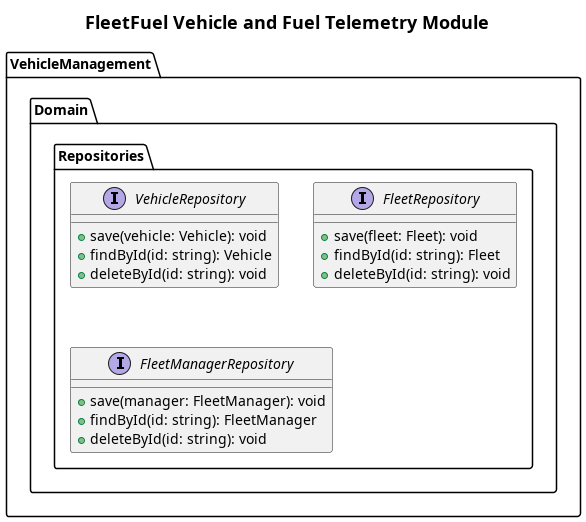
The PlantUML diagram Docs/Repositories.png in mirukibs/FleetFuel, before a commit. Source of this version:
```plantuml
@startuml
skinparam handwritten false
skinparam titleFontSize 18
title FleetFuel Vehicle and Fuel Telemetry Module

Package VehicleManagement {
   Package Domain {


      Package Repositories {
         Interface VehicleRepository {
            + save(vehicle: Vehicle): void
            + findById(id: string): Vehicle
            + deleteById(id: string): void
         }

         Interface FleetRepository {
            + save(fleet: Fleet): void
            + findById(id: string): Fleet
            + deleteById(id: string): void
         }

         Interface FleetManagerRepository {
            + save(manager: FleetManager): void
            + findById(id: string): FleetManager
            + deleteById(id: string): void
         }
      }
   }
}
@enduml
```
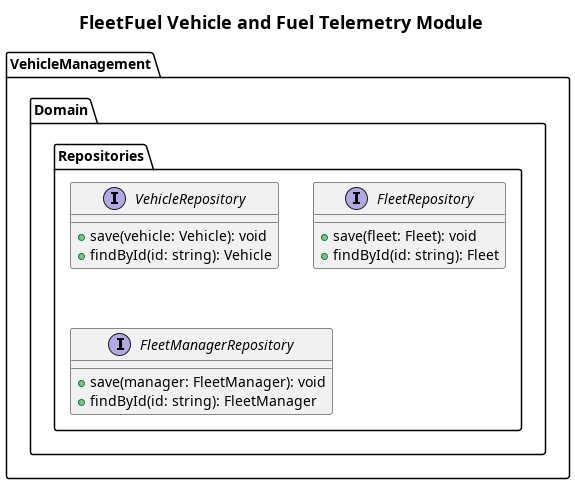
After the commit.

The edit, as a diff of the source:
```diff
@@ -7,25 +7,31 @@
    Package Domain {
 
 
+
+
+
+
+
+
+
+
       Package Repositories {
          Interface VehicleRepository {
             + save(vehicle: Vehicle): void
             + findById(id: string): Vehicle
-            + deleteById(id: string): void
          }
 
          Interface FleetRepository {
             + save(fleet: Fleet): void
             + findById(id: string): Fleet
-            + deleteById(id: string): void
          }
 
          Interface FleetManagerRepository {
             + save(manager: FleetManager): void
             + findById(id: string): FleetManager
-            + deleteById(id: string): void
          }
       }
+
    }
 }
 @enduml
```
